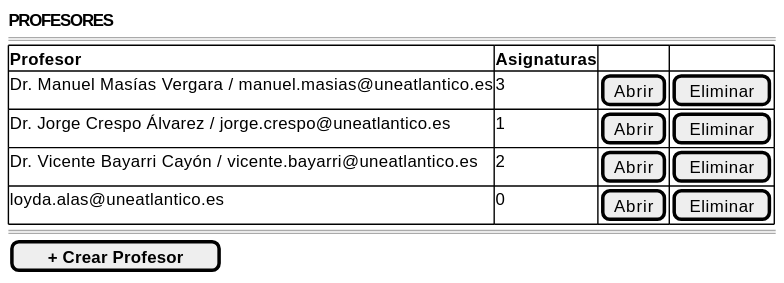
Above: images/RUP/01-requisitos/03-detalle-casos-uso/abrirProfesores/wireframe.svg in mmasias/pyCeldaPublico (PlantUML), before the change.
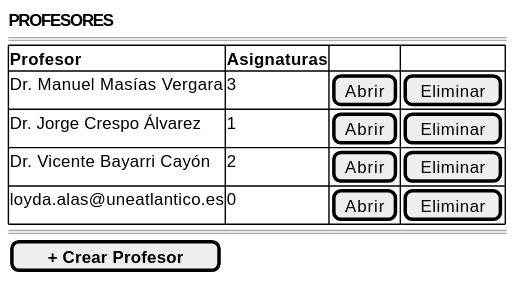
The same file after the commit.

Diff of the diagram source:
```diff
@@ -4,9 +4,9 @@
     ====
     {#
         <b>Profesor | <b>Asignaturas | . | .
-        Dr. Manuel Masías Vergara / manuel.masias@uneatlantico.es | 3 | [Abrir] | [Eliminar]
-        Dr. Jorge Crespo Álvarez / jorge.crespo@uneatlantico.es | 1 | [Abrir] | [Eliminar]
-        Dr. Vicente Bayarri Cayón / vicente.bayarri@uneatlantico.es | 2 | [Abrir] | [Eliminar]
+        Dr. Manuel Masías Vergara | 3 | [Abrir] | [Eliminar]
+        Dr. Jorge Crespo Álvarez | 1 | [Abrir] | [Eliminar]
+        Dr. Vicente Bayarri Cayón | 2 | [Abrir] | [Eliminar]
         loyda.alas@uneatlantico.es | 0 | [Abrir] | [Eliminar]
     }
     ====
```
